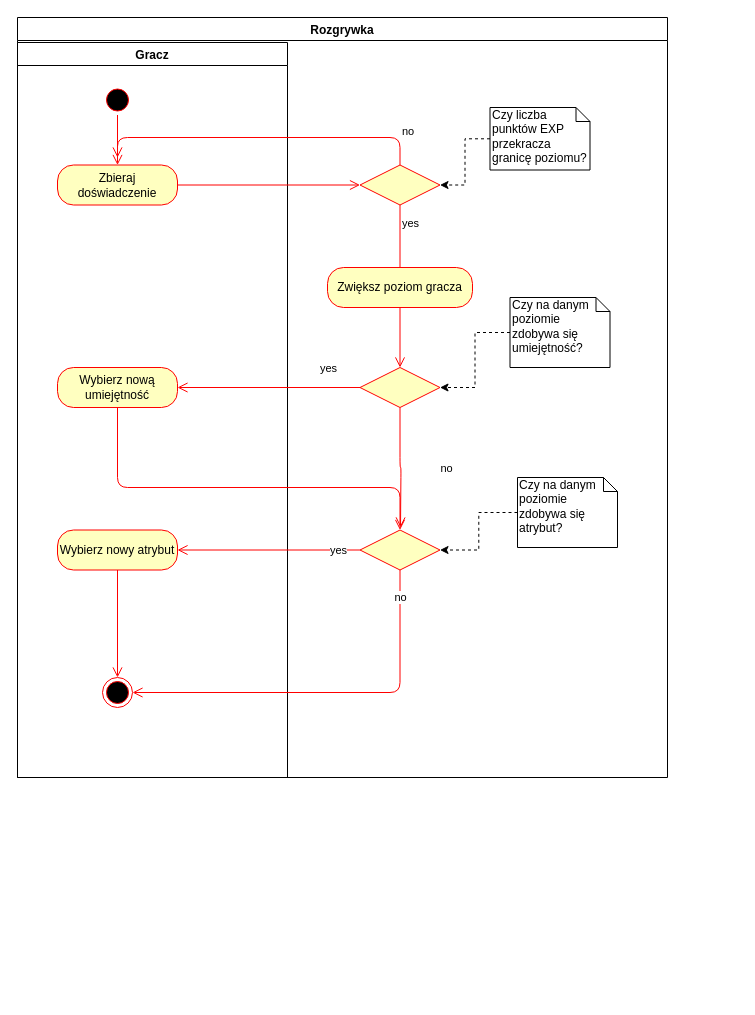
Earlier version of the draw.io diagram 2. Dokumentacja analityczna/b. diagramy aktywnościdiagramy BPMN/Levelowanie.drawio (4cer/maya-slasher). Source tidied: cells renumbered, new cells numbered last; positions are measured from the earlier drawing's top-left corner, leaving out a move shared by most shapes. Both pictures are drawn from the tidied source at 100%, with x=0, y=0 at pixel (17, 17).
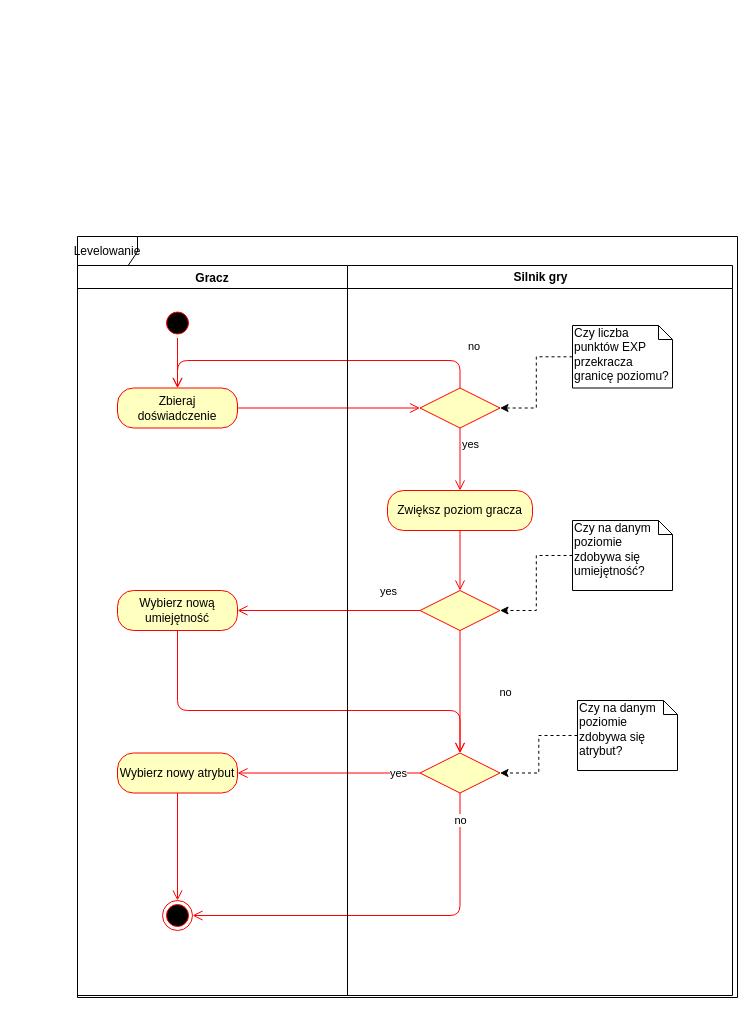
The same page after the edit.

Commit message (it also covers changes not shown here):
add Levelowanie diagram

Unchanged cells that the change refers to:
```xml
<mxCell id="6" value="Zbieraj doświadczenie" style="rounded=1;whiteSpace=wrap;html=1;arcSize=40;fontColor=#000000;fillColor=#ffffc0;strokeColor=#ff0000;" parent="3" vertex="1">
  <mxGeometry x="40" y="122.5" width="120" height="40" as="geometry" />
</mxCell>
<mxCell id="8" value="Wybierz nową umiejętność" style="rounded=1;whiteSpace=wrap;html=1;arcSize=40;fontColor=#000000;fillColor=#ffffc0;strokeColor=#ff0000;" parent="3" vertex="1">
  <mxGeometry x="40" y="325" width="120" height="40" as="geometry" />
</mxCell>
<mxCell id="9" value="Wybierz nowy atrybut" style="rounded=1;whiteSpace=wrap;html=1;arcSize=40;fontColor=#000000;fillColor=#ffffc0;strokeColor=#ff0000;" parent="3" vertex="1">
  <mxGeometry x="40" y="487.5" width="120" height="40" as="geometry" />
</mxCell>
<mxCell id="11" style="ellipse;html=1;shape=endState;fillColor=#000000;strokeColor=#ff0000;" parent="3" vertex="1">
  <mxGeometry x="85" y="635" width="30" height="30" as="geometry" />
</mxCell>
```

The edit, as a diff of the source:
```diff
@@
-    <mxCell id="2" value="Rozgrywka" style="swimlane;" parent="1" vertex="1">
-      <mxGeometry width="650" height="760" as="geometry" />
-    </mxCell>
+    <mxCell id="34" value="Levelowanie" style="shape=umlFrame;whiteSpace=wrap;html=1;" parent="1" vertex="1">
+      <mxGeometry x="60" y="219" width="660" height="761" as="geometry" />
+    </mxCell>
-    <mxCell id="3" value="Gracz" style="swimlane;" parent="2" vertex="1">
-      <mxGeometry y="25" width="270" height="735" as="geometry" />
+    <mxCell id="3" value="Gracz" style="swimlane;" parent="1" vertex="1">
+      <mxGeometry x="60" y="248" width="270" height="730" as="geometry" />
     </mxCell>
@@
-    <mxCell id="12" style="rhombus;whiteSpace=wrap;html=1;fillColor=#ffffc0;strokeColor=#ff0000;" parent="2" vertex="1">
-      <mxGeometry x="342.5" y="147.5" width="80" height="40" as="geometry" />
-    </mxCell>
-    <mxCell id="13" value="no" style="edgeStyle=orthogonalEdgeStyle;html=1;align=left;verticalAlign=bottom;endArrow=open;endSize=8;strokeColor=#ff0000;exitX=0.5;exitY=0;exitDx=0;exitDy=0;" parent="2" edge="1" source="12">
-      <mxGeometry x="-0.85" relative="1" as="geometry">
-        <mxPoint x="100" y="140" as="targetPoint" />
-        <Array as="points">
-          <mxPoint x="383" y="120" />
-          <mxPoint x="100" y="120" />
-        </Array>
-      </mxGeometry>
-    </mxCell>
+    <mxCell id="35" value="no" style="edgeStyle=orthogonalEdgeStyle;html=1;align=left;verticalAlign=bottom;endArrow=open;endSize=8;strokeColor=#ff0000;exitX=0.5;exitY=0;exitDx=0;exitDy=0;entryX=0.5;entryY=0;entryDx=0;entryDy=0;" parent="1" edge="1" source="42" target="6">
+      <mxGeometry x="-0.83" y="-9" relative="1" as="geometry">
+        <Array as="points">
+          <mxPoint x="442" y="343" />
+          <mxPoint x="160" y="343" />
+        </Array>
+        <mxPoint x="8" y="4" as="offset" />
+      </mxGeometry>
+    </mxCell>
+    <mxCell id="36" style="edgeStyle=orthogonalEdgeStyle;rounded=1;jettySize=auto;html=1;exitX=1;exitY=0.5;exitDx=0;exitDy=0;entryX=0;entryY=0.5;entryDx=0;entryDy=0;align=left;verticalAlign=bottom;strokeColor=#ff0000;endArrow=open;endSize=8;" parent="1" edge="1" source="6" target="42">
+      <mxGeometry relative="1" as="geometry" />
+    </mxCell>
+    <mxCell id="20" value="yes" style="edgeStyle=orthogonalEdgeStyle;rounded=1;jettySize=auto;html=1;entryX=1;entryY=0.5;entryDx=0;entryDy=0;verticalAlign=bottom;strokeColor=#ff0000;endArrow=open;endSize=8;" parent="1" edge="1" source="44" target="8">
+      <mxGeometry x="-0.64" y="-10" relative="1" as="geometry">
+        <mxPoint x="1" as="offset" />
+      </mxGeometry>
+    </mxCell>
+    <mxCell id="37" style="edgeStyle=orthogonalEdgeStyle;rounded=1;jettySize=auto;html=1;exitX=0;exitY=0.5;exitDx=0;exitDy=0;entryX=1;entryY=0.5;entryDx=0;entryDy=0;verticalAlign=bottom;strokeColor=#ff0000;endArrow=open;endSize=8;" parent="1" edge="1" source="47" target="9">
+      <mxGeometry relative="1" as="geometry" />
+    </mxCell>
+    <mxCell id="27" value="yes" style="edgeLabel;html=1;align=center;verticalAlign=middle;" parent="37" vertex="1">
+      <mxGeometry x="-0.16" y="1" relative="1" as="geometry">
+        <mxPoint x="54.5" y="-1" as="offset" />
+      </mxGeometry>
+    </mxCell>
+    <mxCell id="38" style="edgeStyle=orthogonalEdgeStyle;rounded=1;jettySize=auto;html=1;exitX=0.5;exitY=1;exitDx=0;exitDy=0;entryX=1;entryY=0.5;entryDx=0;entryDy=0;verticalAlign=bottom;strokeColor=#ff0000;endArrow=open;endSize=8;" parent="1" edge="1" source="47" target="11">
+      <mxGeometry relative="1" as="geometry" />
+    </mxCell>
+    <mxCell id="39" value="no" style="edgeLabel;html=1;align=center;verticalAlign=middle;" parent="38" vertex="1">
+      <mxGeometry x="-0.63" y="-1" relative="1" as="geometry">
+        <mxPoint x="1" y="-45.5" as="offset" />
+      </mxGeometry>
+    </mxCell>
+    <mxCell id="40" style="edgeStyle=orthogonalEdgeStyle;html=1;verticalAlign=bottom;endArrow=open;endSize=8;strokeColor=#ff0000;entryX=0.5;entryY=0;entryDx=0;entryDy=0;" parent="1" edge="1" source="8" target="47">
+      <mxGeometry relative="1" as="geometry">
+        <Array as="points">
+          <mxPoint x="160" y="693" />
+          <mxPoint x="443" y="693" />
+        </Array>
+      </mxGeometry>
+    </mxCell>
+    <mxCell id="41" value="Silnik gry" style="swimlane;html=1;horizontal=0;startSize=23;rotation=90;" parent="1" vertex="1">
+      <mxGeometry x="157.5" y="420.5" width="730" height="385" as="geometry" />
+    </mxCell>
+    <mxCell id="16" value="Czy liczba punktów EXP przekracza granicę poziomu?" style="shape=note;whiteSpace=wrap;html=1;size=14;verticalAlign=top;align=left;spacingTop=-6;" parent="41" vertex="1">
+      <mxGeometry x="397.5" y="-112.5" width="100" height="62.5" as="geometry" />
+    </mxCell>
+    <mxCell id="42" style="rhombus;whiteSpace=wrap;html=1;fillColor=#ffffc0;strokeColor=#ff0000;" parent="41" vertex="1">
+      <mxGeometry x="245" y="-50" width="80" height="40" as="geometry" />
+    </mxCell>
+    <mxCell id="43" style="edgeStyle=orthogonalEdgeStyle;rounded=0;jettySize=auto;html=1;entryX=1;entryY=0.5;entryDx=0;entryDy=0;dashed=1;" parent="41" edge="1" source="16" target="42">
+      <mxGeometry relative="1" as="geometry" />
+    </mxCell>
+    <mxCell id="18" value="Zwiększ poziom gracza" style="rounded=1;whiteSpace=wrap;html=1;arcSize=40;fontColor=#000000;fillColor=#ffffc0;strokeColor=#ff0000;" parent="41" vertex="1">
+      <mxGeometry x="212.5" y="52.5" width="145" height="40" as="geometry" />
+    </mxCell>
-    <mxCell id="14" value="yes" style="edgeStyle=orthogonalEdgeStyle;html=1;align=left;verticalAlign=top;endArrow=open;endSize=8;strokeColor=#ff0000;entryX=0.5;entryY=0;entryDx=0;entryDy=0;exitX=0.5;exitY=1;exitDx=0;exitDy=0;" parent="2" edge="1" source="12" target="18">
+    <mxCell id="14" value="yes" style="edgeStyle=orthogonalEdgeStyle;html=1;align=left;verticalAlign=top;endArrow=open;endSize=8;strokeColor=#ff0000;entryX=0.5;entryY=0;entryDx=0;entryDy=0;exitX=0.5;exitY=1;exitDx=0;exitDy=0;" parent="41" edge="1" source="42" target="18">
       <mxGeometry x="-0.94" relative="1" as="geometry">
         <Array as="points">
-          <mxPoint x="382.5" y="292" />
+          <mxPoint x="285" y="38" />
+          <mxPoint x="285" y="38" />
         </Array>
         <mxPoint y="1" as="offset" />
       </mxGeometry>
     </mxCell>
-    <mxCell id="15" style="edgeStyle=orthogonalEdgeStyle;rounded=0;jettySize=auto;html=1;entryX=1;entryY=0.5;entryDx=0;entryDy=0;dashed=1;" parent="2" edge="1" source="16" target="12">
-      <mxGeometry relative="1" as="geometry" />
-    </mxCell>
-    <mxCell id="16" value="Czy liczba punktów EXP przekracza granicę poziomu?" style="shape=note;whiteSpace=wrap;html=1;size=14;verticalAlign=top;align=left;spacingTop=-6;" parent="2" vertex="1">
-      <mxGeometry x="472.5" y="90" width="100" height="62.5" as="geometry" />
-    </mxCell>
-    <mxCell id="17" style="edgeStyle=orthogonalEdgeStyle;rounded=1;jettySize=auto;html=1;exitX=1;exitY=0.5;exitDx=0;exitDy=0;entryX=0;entryY=0.5;entryDx=0;entryDy=0;align=left;verticalAlign=bottom;strokeColor=#ff0000;endArrow=open;endSize=8;" parent="2" edge="1" source="6" target="12">
-      <mxGeometry relative="1" as="geometry" />
-    </mxCell>
-    <mxCell id="18" value="Zwiększ poziom gracza" style="rounded=1;whiteSpace=wrap;html=1;arcSize=40;fontColor=#000000;fillColor=#ffffc0;strokeColor=#ff0000;" parent="2" vertex="1">
-      <mxGeometry x="310" y="250" width="145" height="40" as="geometry" />
-    </mxCell>
-    <mxCell id="19" style="edgeStyle=orthogonalEdgeStyle;html=1;verticalAlign=bottom;endArrow=open;endSize=8;strokeColor=#ff0000;entryX=0.5;entryY=0;entryDx=0;entryDy=0;" parent="2" edge="1" source="18" target="23">
-      <mxGeometry relative="1" as="geometry" />
-    </mxCell>
-    <mxCell id="20" value="yes" style="edgeStyle=orthogonalEdgeStyle;rounded=1;jettySize=auto;html=1;entryX=1;entryY=0.5;entryDx=0;entryDy=0;verticalAlign=bottom;strokeColor=#ff0000;endArrow=open;endSize=8;" parent="2" edge="1" source="23" target="8">
-      <mxGeometry x="-0.64" y="-10" relative="1" as="geometry">
-        <mxPoint x="1" as="offset" />
-      </mxGeometry>
-    </mxCell>
-    <mxCell id="21" style="edgeStyle=orthogonalEdgeStyle;rounded=1;jettySize=auto;html=1;verticalAlign=bottom;strokeColor=#ff0000;endArrow=open;endSize=8;" parent="2" edge="1" source="23">
-      <mxGeometry relative="1" as="geometry">
-        <mxPoint x="383" y="510" as="targetPoint" />
-      </mxGeometry>
-    </mxCell>
-    <mxCell id="22" value="no" style="edgeLabel;html=1;align=center;verticalAlign=middle;" parent="21" vertex="1">
-      <mxGeometry y="44" relative="1" as="geometry">
-        <mxPoint x="1" as="offset" />
-      </mxGeometry>
-    </mxCell>
-    <mxCell id="23" style="rhombus;whiteSpace=wrap;html=1;fillColor=#ffffc0;strokeColor=#ff0000;" parent="2" vertex="1">
-      <mxGeometry x="342.5" y="350" width="80" height="40" as="geometry" />
-    </mxCell>
-    <mxCell id="24" style="edgeStyle=orthogonalEdgeStyle;rounded=0;jettySize=auto;html=1;dashed=1;" parent="2" edge="1" source="25" target="23">
-      <mxGeometry relative="1" as="geometry" />
-    </mxCell>
-    <mxCell id="25" value="Czy na danym poziomie zdobywa się umiejętność?" style="shape=note;whiteSpace=wrap;html=1;size=14;verticalAlign=top;align=left;spacingTop=-6;" parent="2" vertex="1">
-      <mxGeometry x="492.5" y="280" width="100" height="70" as="geometry" />
+    <mxCell id="25" value="Czy na danym poziomie zdobywa się umiejętność?" style="shape=note;whiteSpace=wrap;html=1;size=14;verticalAlign=top;align=left;spacingTop=-6;" parent="41" vertex="1">
+      <mxGeometry x="397.5" y="82.5" width="100" height="70" as="geometry" />
     </mxCell>
-    <mxCell id="26" style="edgeStyle=orthogonalEdgeStyle;rounded=1;jettySize=auto;html=1;exitX=0;exitY=0.5;exitDx=0;exitDy=0;entryX=1;entryY=0.5;entryDx=0;entryDy=0;verticalAlign=bottom;strokeColor=#ff0000;endArrow=open;endSize=8;" parent="2" edge="1" source="30" target="9">
-      <mxGeometry relative="1" as="geometry" />
-    </mxCell>
-    <mxCell id="27" value="yes" style="edgeLabel;html=1;align=center;verticalAlign=middle;" parent="26" vertex="1">
-      <mxGeometry x="-0.16" y="1" relative="1" as="geometry">
-        <mxPoint x="54.5" y="-1" as="offset" />
-      </mxGeometry>
-    </mxCell>
-    <mxCell id="28" style="edgeStyle=orthogonalEdgeStyle;rounded=1;jettySize=auto;html=1;exitX=0.5;exitY=1;exitDx=0;exitDy=0;entryX=1;entryY=0.5;entryDx=0;entryDy=0;verticalAlign=bottom;strokeColor=#ff0000;endArrow=open;endSize=8;" parent="2" edge="1" source="30" target="11">
-      <mxGeometry relative="1" as="geometry" />
-    </mxCell>
-    <mxCell id="29" value="no" style="edgeLabel;html=1;align=center;verticalAlign=middle;" parent="28" vertex="1">
-      <mxGeometry x="-0.63" y="-1" relative="1" as="geometry">
-        <mxPoint x="1" y="-45.5" as="offset" />
-      </mxGeometry>
-    </mxCell>
-    <mxCell id="30" style="rhombus;whiteSpace=wrap;html=1;fillColor=#ffffc0;strokeColor=#ff0000;" parent="2" vertex="1">
-      <mxGeometry x="342.5" y="512.5" width="80" height="40" as="geometry" />
-    </mxCell>
-    <mxCell id="31" style="edgeStyle=orthogonalEdgeStyle;html=1;verticalAlign=bottom;endArrow=open;endSize=8;strokeColor=#ff0000;entryX=0.5;entryY=0;entryDx=0;entryDy=0;" parent="2" edge="1" source="8" target="30">
-      <mxGeometry relative="1" as="geometry">
-        <Array as="points">
-          <mxPoint x="100" y="470" />
-          <mxPoint x="383" y="470" />
-        </Array>
-      </mxGeometry>
-    </mxCell>
-    <mxCell id="32" style="edgeStyle=orthogonalEdgeStyle;rounded=0;jettySize=auto;html=1;entryX=1;entryY=0.5;entryDx=0;entryDy=0;dashed=1;" parent="2" edge="1" source="33" target="30">
-      <mxGeometry relative="1" as="geometry" />
-    </mxCell>
+    <mxCell id="44" style="rhombus;whiteSpace=wrap;html=1;fillColor=#ffffc0;strokeColor=#ff0000;" parent="41" vertex="1">
+      <mxGeometry x="245" y="152.5" width="80" height="40" as="geometry" />
+    </mxCell>
+    <mxCell id="45" style="edgeStyle=orthogonalEdgeStyle;html=1;verticalAlign=bottom;endArrow=open;endSize=8;strokeColor=#ff0000;entryX=0.5;entryY=0;entryDx=0;entryDy=0;" parent="41" edge="1" source="18" target="44">
+      <mxGeometry relative="1" as="geometry" />
+    </mxCell>
+    <mxCell id="46" style="edgeStyle=orthogonalEdgeStyle;rounded=0;jettySize=auto;html=1;dashed=1;" parent="41" edge="1" source="25" target="44">
+      <mxGeometry relative="1" as="geometry" />
+    </mxCell>
+    <mxCell id="47" style="rhombus;whiteSpace=wrap;html=1;fillColor=#ffffc0;strokeColor=#ff0000;" parent="41" vertex="1">
+      <mxGeometry x="245" y="315" width="80" height="40" as="geometry" />
+    </mxCell>
+    <mxCell id="48" style="edgeStyle=orthogonalEdgeStyle;rounded=1;jettySize=auto;html=1;verticalAlign=bottom;strokeColor=#ff0000;endArrow=open;endSize=8;" parent="41" edge="1" source="44" target="47">
+      <mxGeometry relative="1" as="geometry" />
+    </mxCell>
+    <mxCell id="49" value="no" style="edgeLabel;html=1;align=center;verticalAlign=middle;" parent="48" vertex="1">
+      <mxGeometry y="44" relative="1" as="geometry">
+        <mxPoint x="1" as="offset" />
+      </mxGeometry>
+    </mxCell>
-    <mxCell id="33" value="Czy na danym poziomie zdobywa się atrybut?" style="shape=note;whiteSpace=wrap;html=1;size=14;verticalAlign=top;align=left;spacingTop=-6;" parent="2" vertex="1">
-      <mxGeometry x="500" y="460" width="100" height="70" as="geometry" />
+    <mxCell id="33" value="Czy na danym poziomie zdobywa się atrybut?" style="shape=note;whiteSpace=wrap;html=1;size=14;verticalAlign=top;align=left;spacingTop=-6;" parent="41" vertex="1">
+      <mxGeometry x="402.5" y="262.5" width="100" height="70" as="geometry" />
     </mxCell>
+    <mxCell id="50" style="edgeStyle=orthogonalEdgeStyle;rounded=0;jettySize=auto;html=1;entryX=1;entryY=0.5;entryDx=0;entryDy=0;dashed=1;" parent="41" edge="1" source="33" target="47">
+      <mxGeometry relative="1" as="geometry" />
+    </mxCell>
```
